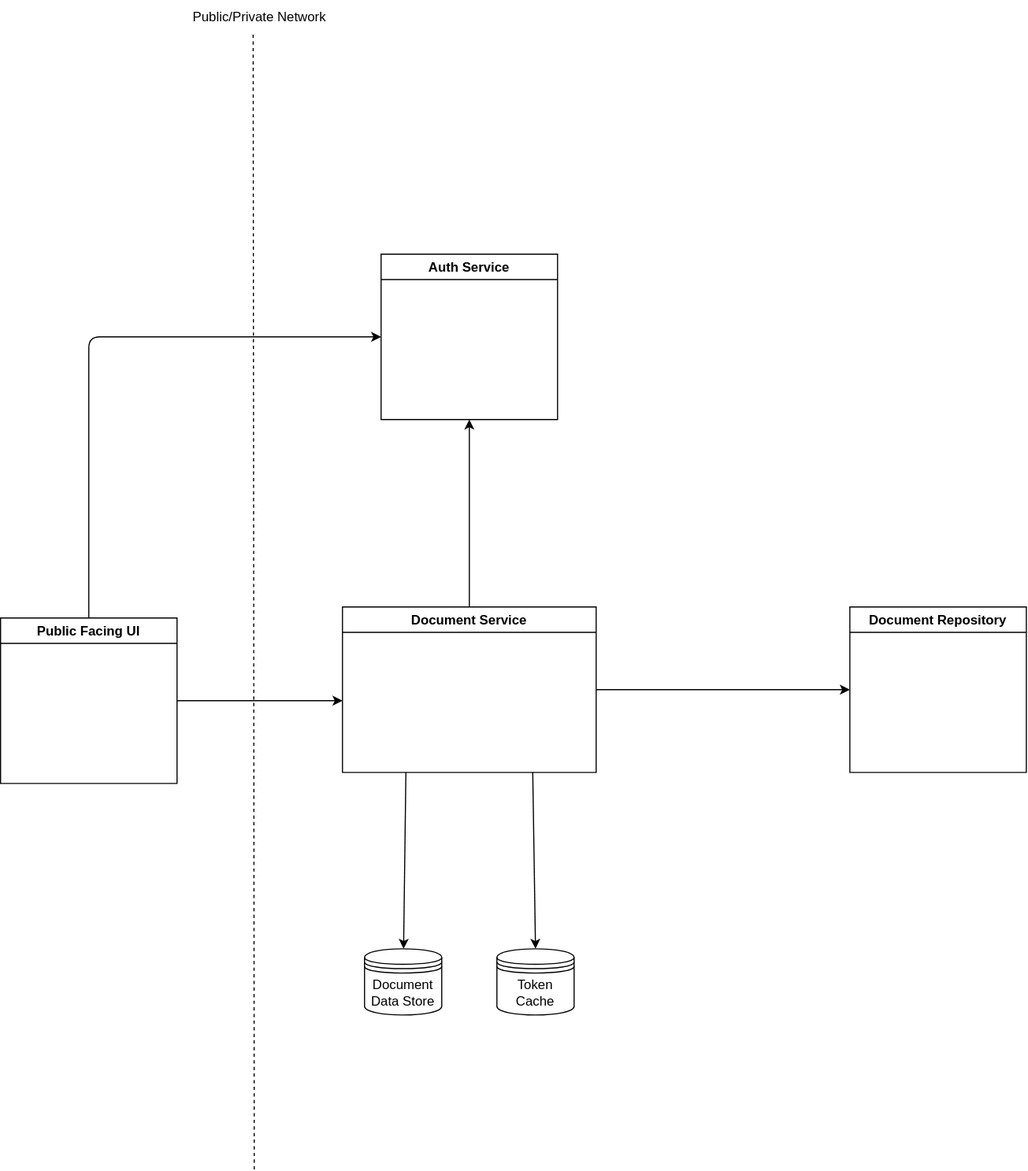
Above: design.svg in tselisomolukanele/file-delivery (draw.io), before the change. Source tidied: cells renumbered, new cells last; positions are measured from the earlier drawing's top-left corner, leaving out a move shared by most shapes.
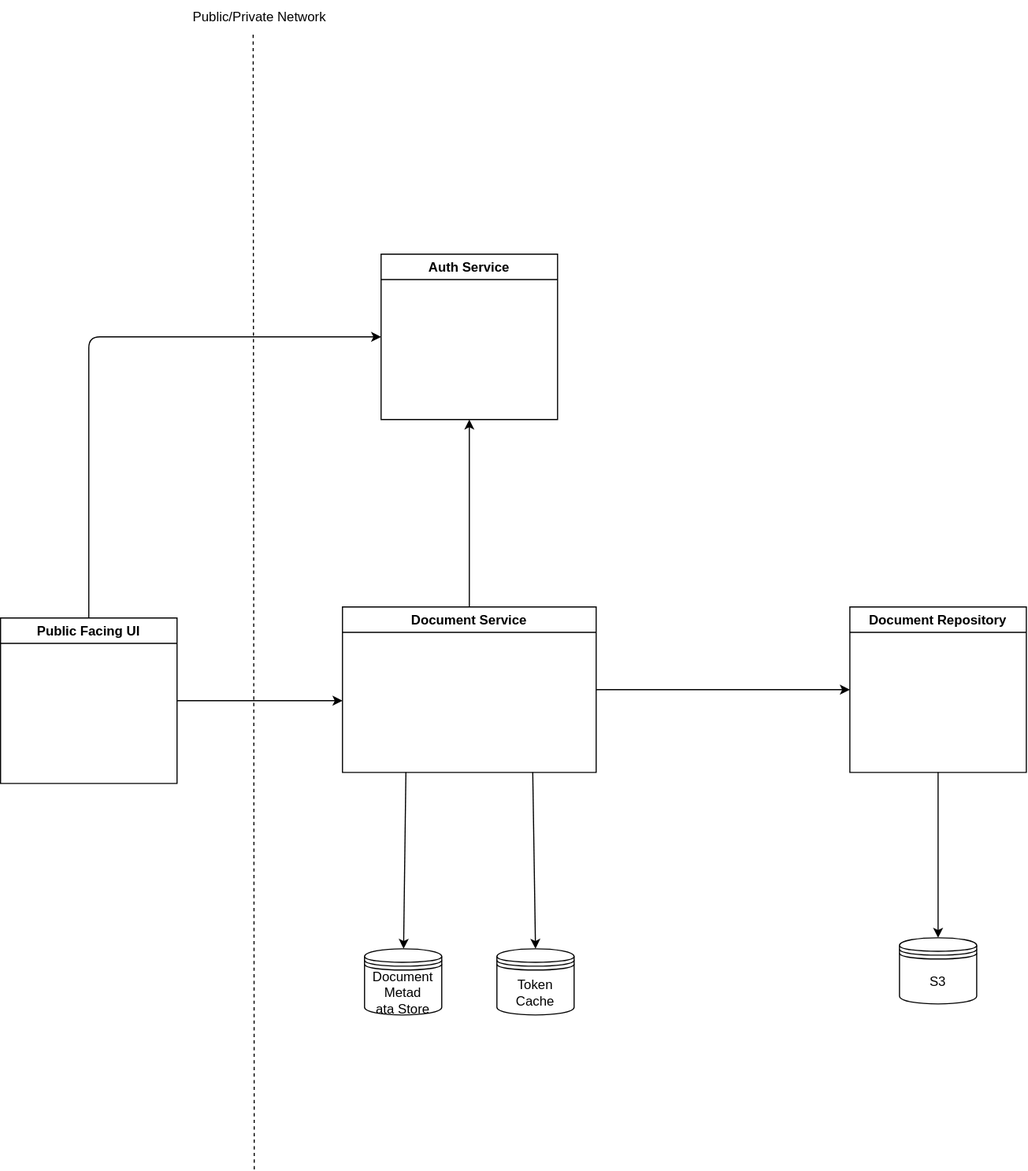
The same diagram one commit later.

The edit, as a diff of the source:
```diff
@@ -35,10 +35,13 @@
     <mxCell id="10" value="Auth Service" style="swimlane;" parent="1" vertex="1">
       <mxGeometry x="345" y="230" width="160" height="150" as="geometry" />
     </mxCell>
+    <mxCell id="16" style="edgeStyle=none;html=1;exitX=0.5;exitY=1;exitDx=0;exitDy=0;entryX=0.5;entryY=0;entryDx=0;entryDy=0;" parent="1" edge="1" source="11" target="17">
+      <mxGeometry relative="1" as="geometry" />
+    </mxCell>
     <mxCell id="11" value="Document Repository" style="swimlane;" parent="1" vertex="1">
       <mxGeometry x="770" y="550" width="160" height="150" as="geometry" />
     </mxCell>
-    <mxCell id="12" value="Document Data Store" style="shape=datastore;whiteSpace=wrap;html=1;" parent="1" vertex="1">
+    <mxCell id="12" value="Document Metad&lt;div&gt;ata Store&lt;/div&gt;" style="shape=datastore;whiteSpace=wrap;html=1;" parent="1" vertex="1">
       <mxGeometry x="330" y="860" width="70" height="60" as="geometry" />
     </mxCell>
     <mxCell id="13" value="Token Cache" style="shape=datastore;whiteSpace=wrap;html=1;" parent="1" vertex="1">
@@ -52,5 +55,8 @@
     <mxCell id="15" value="Public/Private Network" style="text;html=1;whiteSpace=wrap;strokeColor=none;fillColor=none;align=center;verticalAlign=middle;rounded=0;" parent="1" vertex="1">
       <mxGeometry x="170" width="130" height="30" as="geometry" />
     </mxCell>
+    <mxCell id="17" value="S3" style="shape=datastore;whiteSpace=wrap;html=1;" parent="1" vertex="1">
+      <mxGeometry x="815" y="850" width="70" height="60" as="geometry" />
+    </mxCell>
   </root>
 </mxGraphModel>
```
